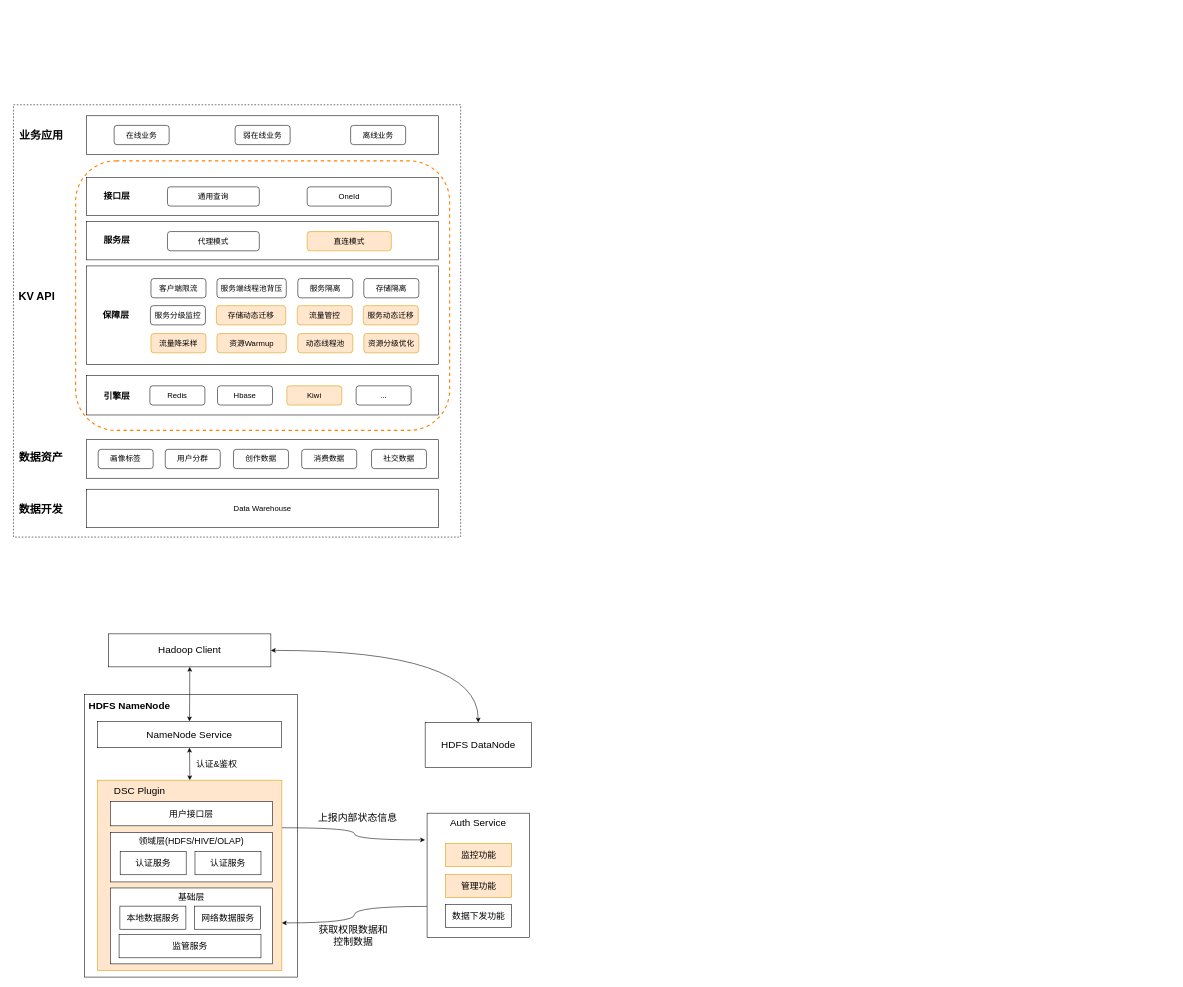
Above: 晋升2.drawio in FlyThroughAir/DrawHere (draw.io), before the change. Source tidied: cells renumbered, new cells numbered last; positions are measured from the earlier drawing's top-left corner, leaving out a move shared by most shapes. Both pictures are drawn from the tidied source at 55%, with x=0, y=0 at pixel (9, 105).
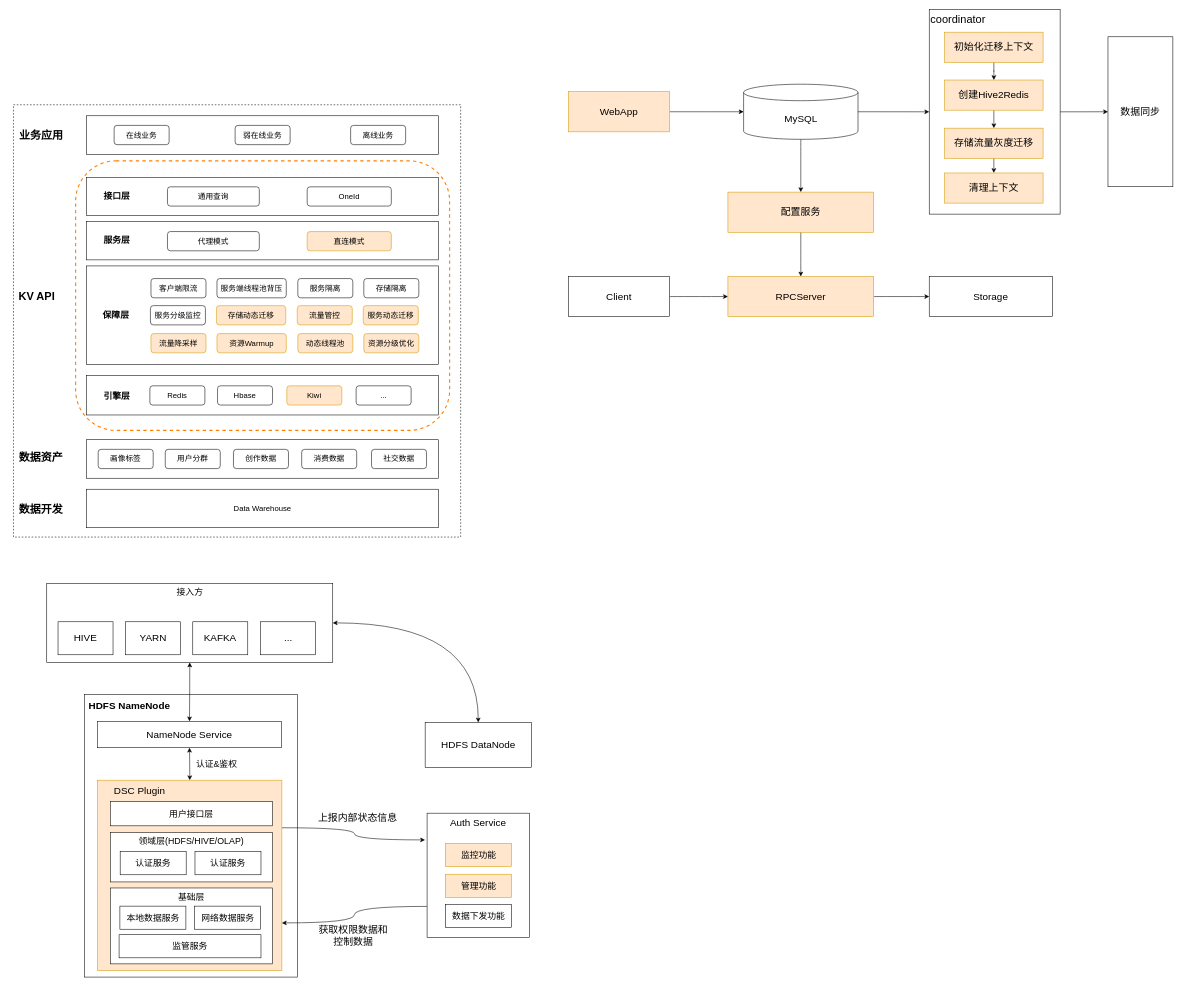
The same page after the edit.

The edit, as a diff of the source:
```diff
@@
+    <mxCell id="74" style="edgeStyle=orthogonalEdgeStyle;curved=1;rounded=0;jettySize=auto;html=1;fontSize=20;startArrow=none;startFill=0;" parent="1" edge="1" source="75" target="92">
+      <mxGeometry relative="1" as="geometry" />
+    </mxCell>
+    <mxCell id="75" style="rounded=0;whiteSpace=wrap;html=1;fontSize=18;strokeWidth=1;" parent="1" vertex="1">
+      <mxGeometry x="1673" y="-173.2" width="238" height="372" as="geometry" />
+    </mxCell>
@@
-    <mxCell id="50" value="&lt;font style=&quot;font-size: 18px;&quot;&gt;Hadoop Client&lt;/font&gt;" style="rounded=0;whiteSpace=wrap;html=1;fontSize=16;strokeWidth=1;" parent="1" vertex="1">
-      <mxGeometry x="181" y="962" width="295" height="60" as="geometry" />
+    <mxCell id="50" value="接入方" style="rounded=0;whiteSpace=wrap;html=1;fontSize=16;strokeWidth=1;verticalAlign=top;" parent="1" vertex="1">
+      <mxGeometry x="68.5" y="870" width="520" height="144" as="geometry" />
     </mxCell>
@@
+    <mxCell id="76" value="HIVE" style="rounded=0;whiteSpace=wrap;html=1;fontSize=18;strokeWidth=1;" parent="1" vertex="1">
+      <mxGeometry x="89" y="940" width="100" height="60" as="geometry" />
+    </mxCell>
+    <mxCell id="77" value="YARN" style="rounded=0;whiteSpace=wrap;html=1;fontSize=18;strokeWidth=1;" parent="1" vertex="1">
+      <mxGeometry x="211.5" y="940" width="100" height="60" as="geometry" />
+    </mxCell>
+    <mxCell id="78" value="KAFKA" style="rounded=0;whiteSpace=wrap;html=1;fontSize=18;strokeWidth=1;" parent="1" vertex="1">
+      <mxGeometry x="334" y="940" width="100" height="60" as="geometry" />
+    </mxCell>
+    <mxCell id="79" value="..." style="rounded=0;whiteSpace=wrap;html=1;fontSize=18;strokeWidth=1;" parent="1" vertex="1">
+      <mxGeometry x="457.5" y="940" width="100" height="60" as="geometry" />
+    </mxCell>
+    <mxCell id="80" style="edgeStyle=orthogonalEdgeStyle;curved=1;rounded=0;jettySize=auto;html=1;fontSize=20;startArrow=none;startFill=0;" parent="1" edge="1" source="81" target="87">
+      <mxGeometry relative="1" as="geometry" />
+    </mxCell>
+    <mxCell id="81" value="初始化迁移上下文" style="rounded=0;whiteSpace=wrap;html=1;fontSize=18;strokeWidth=1;fillColor=#ffe6cc;strokeColor=#d79b00;" parent="1" vertex="1">
+      <mxGeometry x="1701" y="-132" width="179" height="54.8" as="geometry" />
+    </mxCell>
+    <mxCell id="82" style="edgeStyle=orthogonalEdgeStyle;curved=1;rounded=0;jettySize=auto;html=1;fontSize=20;startArrow=none;startFill=0;exitX=1;exitY=0.5;exitDx=0;exitDy=0;" parent="1" edge="1" source="100" target="85">
+      <mxGeometry relative="1" as="geometry" />
+    </mxCell>
+    <mxCell id="83" style="edgeStyle=orthogonalEdgeStyle;curved=1;rounded=0;jettySize=auto;html=1;fontSize=20;startArrow=none;startFill=0;" parent="1" edge="1" source="85" target="75">
+      <mxGeometry relative="1" as="geometry" />
+    </mxCell>
+    <mxCell id="84" style="edgeStyle=orthogonalEdgeStyle;curved=1;rounded=0;jettySize=auto;html=1;entryX=0.5;entryY=0;entryDx=0;entryDy=0;fontSize=20;startArrow=none;startFill=0;" parent="1" edge="1" source="85" target="94">
+      <mxGeometry relative="1" as="geometry" />
+    </mxCell>
+    <mxCell id="85" value="MySQL" style="shape=cylinder3;whiteSpace=wrap;html=1;boundedLbl=1;backgroundOutline=1;size=15;fontSize=18;strokeWidth=1;" parent="1" vertex="1">
+      <mxGeometry x="1335.5" y="-37.4" width="208" height="100.2" as="geometry" />
+    </mxCell>
+    <mxCell id="86" style="edgeStyle=orthogonalEdgeStyle;curved=1;rounded=0;jettySize=auto;html=1;exitX=0.5;exitY=1;exitDx=0;exitDy=0;entryX=0.5;entryY=0;entryDx=0;entryDy=0;fontSize=20;startArrow=none;startFill=0;" parent="1" edge="1" source="87" target="89">
+      <mxGeometry relative="1" as="geometry" />
+    </mxCell>
+    <mxCell id="87" value="创建Hive2Redis" style="rounded=0;whiteSpace=wrap;html=1;fontSize=18;strokeWidth=1;fillColor=#ffe6cc;strokeColor=#d79b00;" parent="1" vertex="1">
+      <mxGeometry x="1701" y="-45" width="179" height="54.8" as="geometry" />
+    </mxCell>
+    <mxCell id="88" style="edgeStyle=orthogonalEdgeStyle;curved=1;rounded=0;jettySize=auto;html=1;exitX=0.5;exitY=1;exitDx=0;exitDy=0;entryX=0.5;entryY=0;entryDx=0;entryDy=0;fontSize=20;startArrow=none;startFill=0;" parent="1" edge="1" source="89" target="91">
+      <mxGeometry relative="1" as="geometry" />
+    </mxCell>
+    <mxCell id="89" value="存储流量灰度迁移" style="rounded=0;whiteSpace=wrap;html=1;fontSize=18;strokeWidth=1;fillColor=#ffe6cc;strokeColor=#d79b00;" parent="1" vertex="1">
+      <mxGeometry x="1701" y="42.5" width="179" height="54.8" as="geometry" />
+    </mxCell>
+    <mxCell id="90" value="coordinator" style="text;html=1;strokeColor=none;fillColor=none;align=center;verticalAlign=middle;whiteSpace=wrap;rounded=0;fontSize=20;" parent="1" vertex="1">
+      <mxGeometry x="1673" y="-172.2" width="105" height="30" as="geometry" />
+    </mxCell>
+    <mxCell id="91" value="清理上下文" style="rounded=0;whiteSpace=wrap;html=1;fontSize=18;strokeWidth=1;fillColor=#ffe6cc;strokeColor=#d79b00;" parent="1" vertex="1">
+      <mxGeometry x="1701" y="124" width="179" height="54.8" as="geometry" />
+    </mxCell>
+    <mxCell id="92" value="数据同步" style="rounded=0;whiteSpace=wrap;html=1;fontSize=18;strokeWidth=1;" parent="1" vertex="1">
+      <mxGeometry x="1998" y="-123.6" width="118" height="272.6" as="geometry" />
+    </mxCell>
+    <mxCell id="93" style="edgeStyle=orthogonalEdgeStyle;curved=1;rounded=0;jettySize=auto;html=1;fontSize=20;startArrow=none;startFill=0;" parent="1" edge="1" source="94" target="96">
+      <mxGeometry relative="1" as="geometry" />
+    </mxCell>
+    <mxCell id="94" value="配置服务" style="rounded=0;whiteSpace=wrap;html=1;fontSize=18;strokeWidth=1;fillColor=#ffe6cc;strokeColor=#d79b00;" parent="1" vertex="1">
+      <mxGeometry x="1307" y="158.8" width="265" height="73" as="geometry" />
+    </mxCell>
+    <mxCell id="95" style="edgeStyle=orthogonalEdgeStyle;curved=1;rounded=0;jettySize=auto;html=1;entryX=0;entryY=0.5;entryDx=0;entryDy=0;fontSize=20;startArrow=none;startFill=0;" parent="1" edge="1" source="96" target="99">
+      <mxGeometry relative="1" as="geometry" />
+    </mxCell>
+    <mxCell id="96" value="RPCServer" style="rounded=0;whiteSpace=wrap;html=1;fontSize=18;strokeWidth=1;fillColor=#ffe6cc;strokeColor=#d79b00;" parent="1" vertex="1">
+      <mxGeometry x="1307" y="312.2" width="265" height="73" as="geometry" />
+    </mxCell>
+    <mxCell id="97" style="edgeStyle=orthogonalEdgeStyle;curved=1;rounded=0;jettySize=auto;html=1;entryX=0;entryY=0.5;entryDx=0;entryDy=0;fontSize=20;startArrow=none;startFill=0;" parent="1" edge="1" source="98" target="96">
+      <mxGeometry relative="1" as="geometry" />
+    </mxCell>
+    <mxCell id="98" value="Client" style="rounded=0;whiteSpace=wrap;html=1;fontSize=18;strokeWidth=1;" parent="1" vertex="1">
+      <mxGeometry x="1017" y="312.2" width="184" height="73" as="geometry" />
+    </mxCell>
+    <mxCell id="99" value="Storage" style="rounded=0;whiteSpace=wrap;html=1;fontSize=18;strokeWidth=1;" parent="1" vertex="1">
+      <mxGeometry x="1673" y="312.2" width="224" height="73" as="geometry" />
+    </mxCell>
+    <mxCell id="100" value="WebApp" style="rounded=0;whiteSpace=wrap;html=1;fontSize=18;strokeWidth=1;fillColor=#ffe6cc;strokeColor=#d79b00;" parent="1" vertex="1">
+      <mxGeometry x="1017" y="-23.8" width="184" height="73" as="geometry" />
+    </mxCell>
```
